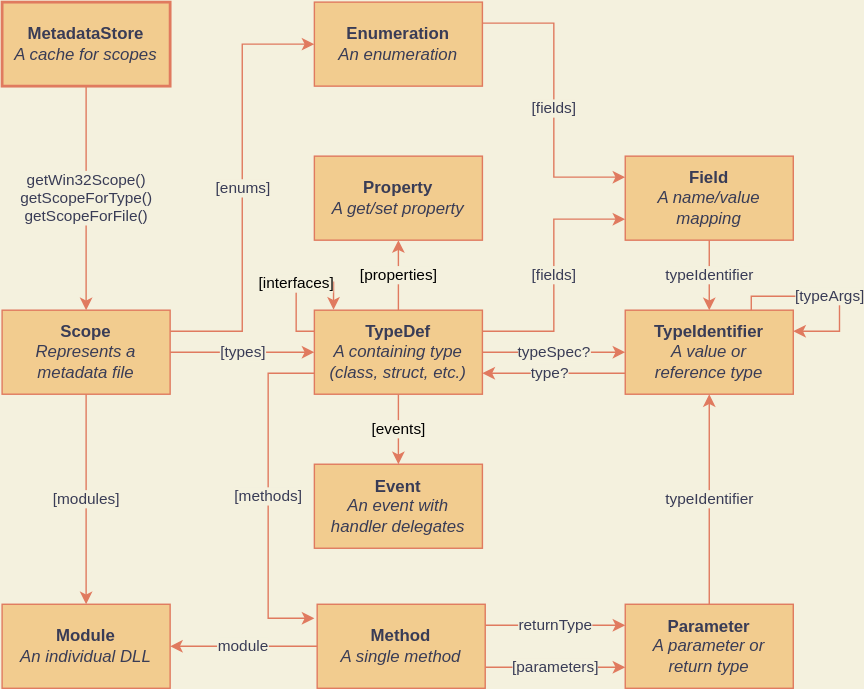
Before: metadata.drawio.svg, a diagram exported from draw.io (halildurmus/win32). Source tidied: cells renumbered, new cells last; positions are measured from the earlier drawing's top-left corner, leaving out a move shared by most shapes.
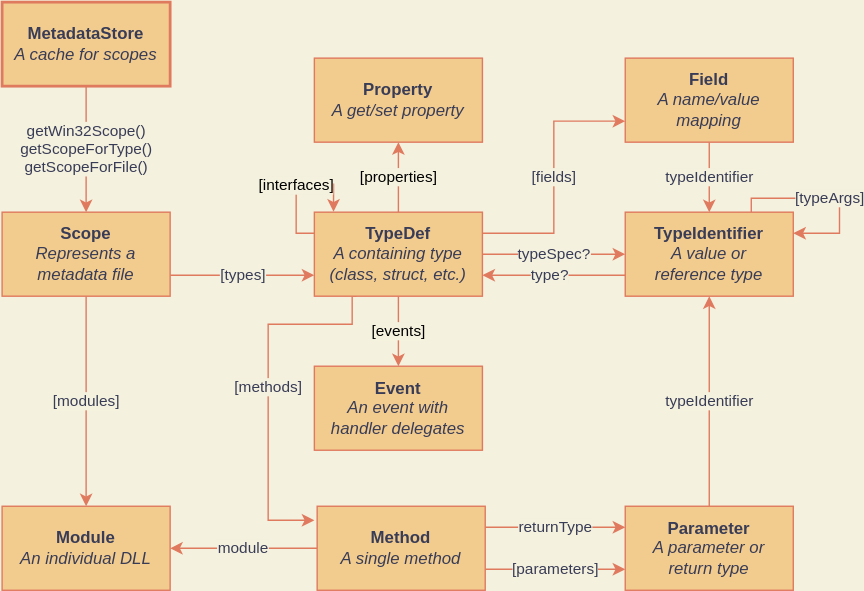
Above is the later version.

Diff of the diagram source:
```diff
@@ -9,25 +9,29 @@
       <mxGeometry relative="1" as="geometry" />
     </mxCell>
     <mxCell id="4" value="&lt;b&gt;MetadataStore&lt;/b&gt;&lt;br&gt;&lt;i&gt;A cache for scopes&lt;/i&gt;" style="whiteSpace=wrap;html=1;fillColor=#F2CC8F;strokeColor=#E07A5F;fontColor=#393C56;strokeWidth=2;" parent="1" vertex="1">
-      <mxGeometry width="120" height="60" as="geometry" />
+      <mxGeometry y="70" width="120" height="60" as="geometry" />
     </mxCell>
-    <mxCell id="5" value="[types]" style="edgeStyle=orthogonalEdgeStyle;rounded=0;jettySize=auto;html=1;strokeColor=#E07A5F;fontColor=#393C56;labelBackgroundColor=#F4F1DE;" parent="1" edge="1" source="8" target="12">
-      <mxGeometry relative="1" as="geometry" />
+    <mxCell id="5" value="[types]" style="edgeStyle=orthogonalEdgeStyle;rounded=0;jettySize=auto;html=1;strokeColor=#E07A5F;fontColor=#393C56;labelBackgroundColor=#F4F1DE;exitX=1;exitY=0.75;exitDx=0;exitDy=0;entryX=0;entryY=0.75;entryDx=0;entryDy=0;" parent="1" edge="1" source="8" target="12">
+      <mxGeometry relative="1" as="geometry">
+        <Array as="points">
+          <mxPoint x="180" y="265" />
+          <mxPoint x="180" y="265" />
+        </Array>
+      </mxGeometry>
     </mxCell>
-    <mxCell id="6" value="[enums]" style="edgeStyle=orthogonalEdgeStyle;rounded=0;jettySize=auto;html=1;exitX=1;exitY=0.25;exitDx=0;exitDy=0;entryX=0;entryY=0.5;entryDx=0;entryDy=0;strokeColor=#E07A5F;fontColor=#393C56;labelBackgroundColor=#F4F1DE;" parent="1" edge="1" source="8" target="23">
-      <mxGeometry relative="1" as="geometry" />
-    </mxCell>
     <mxCell id="7" value="[modules]" style="edgeStyle=orthogonalEdgeStyle;rounded=0;jettySize=auto;html=1;exitX=0.5;exitY=1;exitDx=0;exitDy=0;entryX=0.5;entryY=0;entryDx=0;entryDy=0;fillColor=#F2CC8F;strokeColor=#E07A5F;fontColor=#393C56;labelBackgroundColor=#F4F1DE;" parent="1" edge="1" source="8" target="25">
       <mxGeometry relative="1" as="geometry" />
     </mxCell>
     <mxCell id="8" value="&lt;b&gt;Scope&lt;/b&gt;&lt;br&gt;&lt;i&gt;Represents a metadata file&lt;/i&gt;" style="whiteSpace=wrap;html=1;fillColor=#F2CC8F;strokeColor=#E07A5F;fontColor=#393C56;" parent="1" vertex="1">
       <mxGeometry y="220" width="120" height="60" as="geometry" />
     </mxCell>
-    <mxCell id="9" value="[methods]" style="edgeStyle=orthogonalEdgeStyle;rounded=0;jettySize=auto;html=1;strokeColor=#E07A5F;fontColor=#393C56;labelBackgroundColor=#F4F1DE;exitX=0;exitY=0.75;exitDx=0;exitDy=0;" parent="1" edge="1" source="12">
+    <mxCell id="9" value="[methods]" style="edgeStyle=orthogonalEdgeStyle;rounded=0;jettySize=auto;html=1;strokeColor=#E07A5F;fontColor=#393C56;labelBackgroundColor=#F4F1DE;exitX=0.25;exitY=1;exitDx=0;exitDy=0;" parent="1" edge="1" source="12">
       <mxGeometry relative="1" as="geometry">
         <mxPoint x="223" y="440" as="targetPoint" />
         <Array as="points">
-          <mxPoint x="190" y="265" />
+          <mxPoint x="250" y="280" />
+          <mxPoint x="250" y="300" />
+          <mxPoint x="190" y="300" />
           <mxPoint x="190" y="440" />
         </Array>
       </mxGeometry>
@@ -80,12 +84,6 @@
         </Array>
       </mxGeometry>
     </mxCell>
-    <mxCell id="22" value="[fields]" style="edgeStyle=orthogonalEdgeStyle;rounded=0;jettySize=auto;html=1;exitX=1;exitY=0.25;exitDx=0;exitDy=0;entryX=0;entryY=0.25;entryDx=0;entryDy=0;strokeColor=#E07A5F;fontColor=#393C56;labelBackgroundColor=#F4F1DE;" parent="1" edge="1" source="23" target="24">
-      <mxGeometry x="0.06" relative="1" as="geometry" />
-    </mxCell>
-    <mxCell id="23" value="&lt;b&gt;Enumeration&lt;br&gt;&lt;/b&gt;&lt;i&gt;An enumeration&lt;/i&gt;" style="whiteSpace=wrap;html=1;fillColor=#F2CC8F;strokeColor=#E07A5F;fontColor=#393C56;" parent="1" vertex="1">
-      <mxGeometry x="223" width="120" height="60" as="geometry" />
-    </mxCell>
     <mxCell id="24" value="&lt;b&gt;Field&lt;/b&gt;&lt;br&gt;&lt;i&gt;A name/value mapping&lt;/i&gt;" style="whiteSpace=wrap;html=1;fillColor=#F2CC8F;strokeColor=#E07A5F;fontColor=#393C56;" parent="1" vertex="1">
       <mxGeometry x="445" y="110" width="120" height="60" as="geometry" />
     </mxCell>
```
